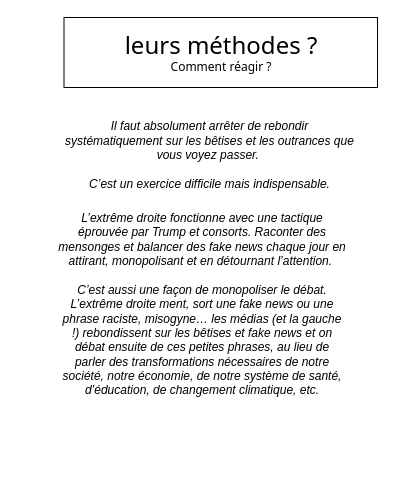
Earlier version of the draw.io diagram drawio/LeursMethodes.drawio (bernard44600/cedbn). Source tidied: cells renumbered, new cells numbered last; positions are measured from the earlier drawing's top-left corner, leaving out a move shared by most shapes. Both pictures are drawn from the tidied source at 100%, with x=0, y=0 at pixel (17, 17).
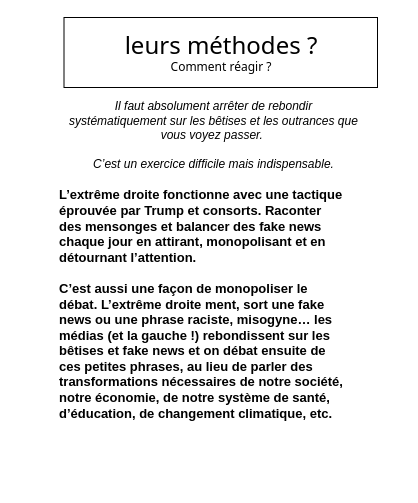
The same page after the edit.

What changed in the source:
```diff
@@
 <mxGraphModel>
   <root>
     <mxCell id="0" />
     <mxCell id="1" parent="0" />
     <mxCell id="2" value="&lt;div align=&quot;left&quot;&gt;&lt;font style=&quot;font-size: 24px;&quot;&gt;leurs méthodes ?&lt;/font&gt;&lt;br&gt;&lt;/div&gt;&lt;div&gt;Comment réagir ?&lt;/div&gt;" style="rounded=0;whiteSpace=wrap;html=1;fontFamily=Tahoma;" parent="1" vertex="1">
       <mxGeometry x="46.5" width="313.5" height="70" as="geometry" />
     </mxCell>
     <mxCell id="3" value="&lt;blockquote class=&quot;wp-block-quote is-layout-flow wp-block-quote-is-layout-flow&quot;&gt;&lt;br&gt;&lt;p class=&quot;wp-block-paragraph&quot;&gt;&lt;em&gt;Il faut absolument arrêter de rebondir systématiquement sur les bêtises et les outrances que vous voyez passer.&amp;nbsp;&lt;br&gt;&lt;br&gt;C’est un exercice difficile mais indispensable.&lt;/em&gt;&lt;/p&gt;&lt;br&gt;&lt;/blockquote&gt;&lt;div&gt;&lt;br&gt;&lt;/div&gt;" style="text;html=1;whiteSpace=wrap;strokeColor=none;fillColor=none;align=center;verticalAlign=middle;rounded=0;fontSize=12;fontFamily=Helvetica;" parent="1" vertex="1">
-      <mxGeometry x="5.3" y="110" width="374.7" height="70" as="geometry" />
+      <mxGeometry x="9" y="90" width="374.7" height="70" as="geometry" />
     </mxCell>
-    <mxCell id="4" value="&lt;blockquote class=&quot;wp-block-quote is-layout-flow wp-block-quote-is-layout-flow&quot;&gt;&lt;br&gt;&lt;p class=&quot;wp-block-paragraph&quot;&gt;&lt;em&gt;L’extrême droite fonctionne avec une tactique éprouvée par Trump et consorts. Raconter des mensonges et balancer des fake news chaque jour en attirant, monopolisant et en détournant l’attention.&amp;nbsp;&lt;br&gt;&lt;br&gt;C’est aussi une façon de monopoliser le débat. L’extrême droite ment, sort une fake news ou une phrase raciste, misogyne… les médias (et la gauche !) rebondissent sur les bêtises et fake news et on débat ensuite de ces petites phrases, au lieu de parler des transformations nécessaires de notre société, notre économie, de notre système de santé, d’éducation, de changement climatique, etc.&lt;/em&gt;&lt;/p&gt;&lt;p class=&quot;wp-block-paragraph&quot;&gt;&lt;em&gt;&lt;br&gt;&lt;/em&gt;&lt;/p&gt;&lt;p class=&quot;wp-block-paragraph&quot;&gt;&lt;em&gt;&lt;br&gt;&lt;/em&gt;&lt;/p&gt;&lt;/blockquote&gt;" style="text;html=1;whiteSpace=wrap;strokeColor=none;fillColor=none;align=center;verticalAlign=middle;rounded=0;fontSize=12;fontFamily=Helvetica;" parent="1" vertex="1">
+    <mxCell id="4" value="&lt;blockquote class=&quot;wp-block-quote is-layout-flow wp-block-quote-is-layout-flow&quot;&gt;&lt;br&gt;&lt;p class=&quot;wp-block-paragraph&quot;&gt;&lt;span style=&quot;font-style: normal;&quot;&gt;&lt;b&gt;&lt;font style=&quot;font-size: 13px;&quot;&gt;L’extrême droite fonctionne avec une tactique éprouvée par Trump et consorts. Raconter des mensonges et balancer des fake news chaque jour en attirant, monopolisant et en détournant l’attention.&amp;nbsp;&lt;br&gt;&lt;br&gt;C’est aussi une façon de monopoliser le débat. L’extrême droite ment, sort une fake news ou une phrase raciste, misogyne… les médias (et la gauche !) rebondissent sur les bêtises et fake news et on débat ensuite de ces petites phrases, au lieu de parler des transformations nécessaires de notre société, notre économie, de notre système de santé, d’éducation, de changement climatique, etc.&lt;/font&gt;&lt;/b&gt;&lt;/span&gt;&lt;/p&gt;&lt;p class=&quot;wp-block-paragraph&quot;&gt;&lt;em&gt;&lt;br&gt;&lt;/em&gt;&lt;/p&gt;&lt;p class=&quot;wp-block-paragraph&quot;&gt;&lt;em&gt;&lt;br&gt;&lt;/em&gt;&lt;/p&gt;&lt;/blockquote&gt;" style="text;html=1;whiteSpace=wrap;strokeColor=none;fillColor=none;align=left;verticalAlign=middle;rounded=0;fontSize=12;fontFamily=Helvetica;fontStyle=2;" parent="1" vertex="1">
       <mxGeometry y="180" width="370" height="240" as="geometry" />
     </mxCell>
   </root>
 </mxGraphModel>
```
